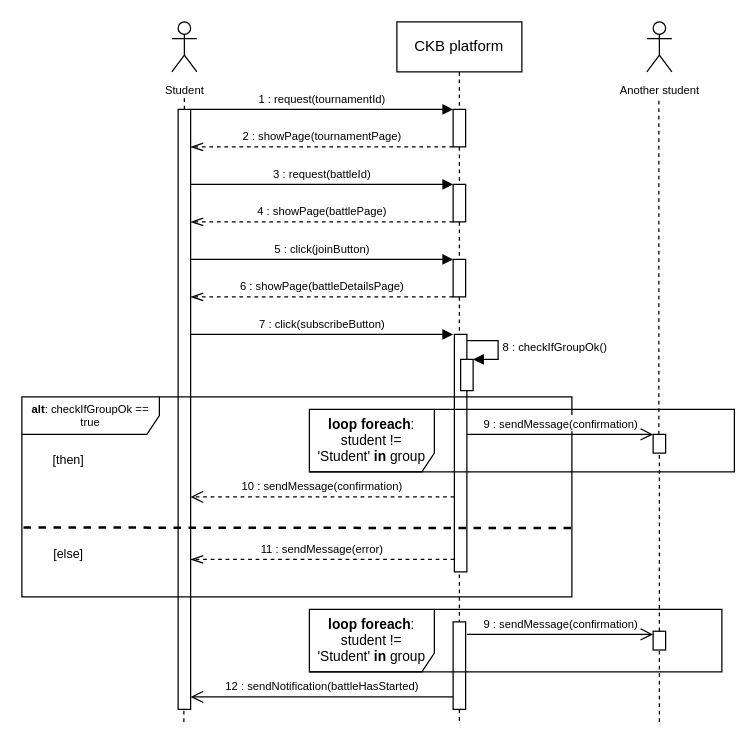
This is RASDwip/ExtraFiles/Drawio/Sequence/Sequence10.drawio from francescospangaro/SpangaroTosettiRiccardi, a draw.io file, before an edit. Source tidied: cells renumbered, new cells numbered last; positions are measured from the earlier drawing's top-left corner, leaving out a move shared by most shapes. Both pictures are drawn from the tidied source at 125%, with x=0, y=0 at pixel (21, 21).
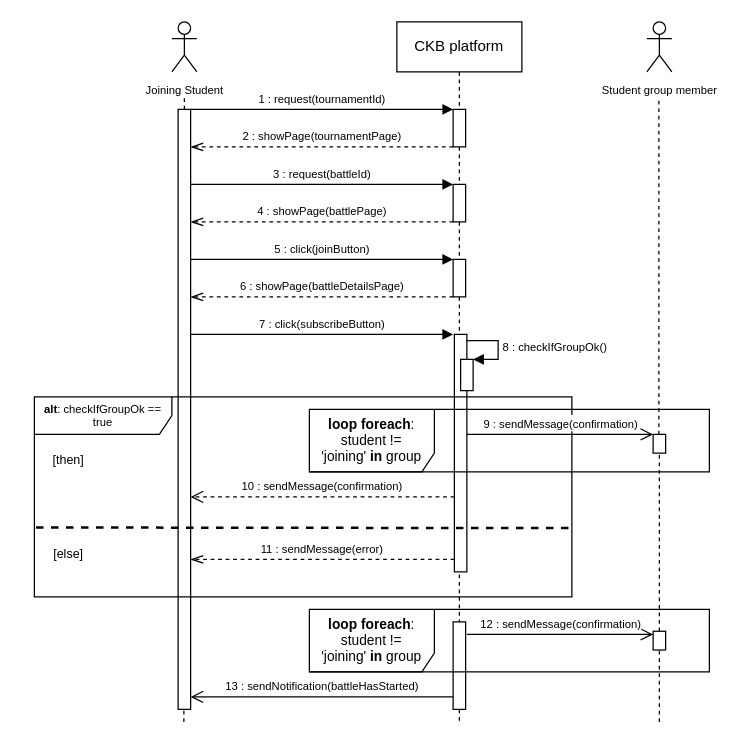
Above is the later version.

Unchanged cells that the change refers to:
```xml
<mxCell id="9" style="html=1;points=[];perimeter=orthogonalPerimeter;outlineConnect=0;targetShapes=umlLifeline;portConstraint=eastwest;newEdgeStyle={&quot;edgeStyle&quot;:&quot;elbowEdgeStyle&quot;,&quot;elbow&quot;:&quot;vertical&quot;,&quot;curved&quot;:0,&quot;rounded&quot;:0};" parent="2" vertex="1">
  <mxGeometry x="45" y="480" width="10" height="70" as="geometry" />
</mxCell>
<mxCell id="12" style="html=1;points=[];perimeter=orthogonalPerimeter;outlineConnect=0;targetShapes=umlLifeline;portConstraint=eastwest;newEdgeStyle={&quot;edgeStyle&quot;:&quot;elbowEdgeStyle&quot;,&quot;elbow&quot;:&quot;vertical&quot;,&quot;curved&quot;:0,&quot;rounded&quot;:0};" parent="1" vertex="1">
  <mxGeometry x="125" y="70" width="10" height="480" as="geometry" />
</mxCell>
```

The edit, as a diff of the source:
```diff
@@
-    <mxCell id="10" value="&lt;font style=&quot;font-size: 9px;&quot;&gt;Student&lt;/font&gt;" style="shape=umlActor;verticalLabelPosition=bottom;verticalAlign=top;html=1;" parent="1" vertex="1">
+    <mxCell id="10" value="&lt;font style=&quot;font-size: 9px;&quot;&gt;Joining Student&lt;/font&gt;" style="shape=umlActor;verticalLabelPosition=bottom;verticalAlign=top;html=1;" parent="1" vertex="1">
       <mxGeometry x="120" width="20" height="40" as="geometry" />
     </mxCell>
@@
     <mxCell id="17" value="&lt;p style=&quot;line-height: 120%; font-size: 9px;&quot;&gt;&lt;font style=&quot;font-size: 9px;&quot;&gt;&lt;b&gt;alt&lt;/b&gt;: checkIfGroupOk == true&lt;/font&gt;&lt;/p&gt;" style="shape=umlFrame;whiteSpace=wrap;html=1;width=110;height=30;verticalAlign=middle;horizontal=1;labelPosition=center;verticalLabelPosition=middle;align=center;" parent="1" vertex="1">
-      <mxGeometry y="300" width="440" height="160" as="geometry" />
+      <mxGeometry x="10" y="300" width="430" height="160" as="geometry" />
     </mxCell>
@@
-    <mxCell id="23" value="&lt;p style=&quot;line-height: 120%; font-size: 11px;&quot;&gt;&lt;b style=&quot;border-color: var(--border-color);&quot;&gt;loop foreach&lt;/b&gt;: student != 'Student'&amp;nbsp;&lt;b style=&quot;border-color: var(--border-color);&quot;&gt;in&amp;nbsp;&lt;/b&gt;&lt;span style=&quot;&quot;&gt;group&lt;/span&gt;&lt;br&gt;&lt;/p&gt;" style="shape=umlFrame;whiteSpace=wrap;html=1;width=100;height=50;verticalAlign=middle;horizontal=1;labelPosition=center;verticalLabelPosition=middle;align=center;" parent="1" vertex="1">
-      <mxGeometry x="230" y="310" width="340" height="50" as="geometry" />
+    <mxCell id="23" value="&lt;p style=&quot;line-height: 120%; font-size: 11px;&quot;&gt;&lt;b style=&quot;border-color: var(--border-color);&quot;&gt;loop foreach&lt;/b&gt;: student != 'joining'&amp;nbsp;&lt;b style=&quot;border-color: var(--border-color);&quot;&gt;in&amp;nbsp;&lt;/b&gt;&lt;span style=&quot;&quot;&gt;group&lt;/span&gt;&lt;br&gt;&lt;/p&gt;" style="shape=umlFrame;whiteSpace=wrap;html=1;width=100;height=50;verticalAlign=middle;horizontal=1;labelPosition=center;verticalLabelPosition=middle;align=center;" parent="1" vertex="1">
+      <mxGeometry x="230" y="310" width="320" height="50" as="geometry" />
     </mxCell>
@@
-    <mxCell id="25" value="&lt;p style=&quot;line-height: 120%; font-size: 11px;&quot;&gt;&lt;b style=&quot;border-color: var(--border-color);&quot;&gt;loop foreach&lt;/b&gt;: student != 'Student'&amp;nbsp;&lt;b style=&quot;border-color: var(--border-color);&quot;&gt;in&amp;nbsp;&lt;/b&gt;&lt;span style=&quot;&quot;&gt;group&lt;/span&gt;&lt;br&gt;&lt;/p&gt;" style="shape=umlFrame;whiteSpace=wrap;html=1;width=100;height=50;verticalAlign=middle;horizontal=1;labelPosition=center;verticalLabelPosition=middle;align=center;" parent="1" vertex="1">
-      <mxGeometry x="230" y="470" width="330" height="50" as="geometry" />
+    <mxCell id="25" value="&lt;p style=&quot;line-height: 120%; font-size: 11px;&quot;&gt;&lt;b style=&quot;border-color: var(--border-color);&quot;&gt;loop foreach&lt;/b&gt;: student != 'joining'&amp;nbsp;&lt;b style=&quot;border-color: var(--border-color);&quot;&gt;in&amp;nbsp;&lt;/b&gt;&lt;span style=&quot;&quot;&gt;group&lt;/span&gt;&lt;br&gt;&lt;/p&gt;" style="shape=umlFrame;whiteSpace=wrap;html=1;width=100;height=50;verticalAlign=middle;horizontal=1;labelPosition=center;verticalLabelPosition=middle;align=center;" parent="1" vertex="1">
+      <mxGeometry x="230" y="470" width="320" height="50" as="geometry" />
     </mxCell>
@@
-    <mxCell id="27" value="&lt;font style=&quot;font-size: 9px;&quot;&gt;Another student&lt;/font&gt;" style="shape=umlActor;verticalLabelPosition=bottom;verticalAlign=top;html=1;" parent="1" vertex="1">
+    <mxCell id="27" value="&lt;font style=&quot;font-size: 9px;&quot;&gt;Student group member&lt;/font&gt;" style="shape=umlActor;verticalLabelPosition=bottom;verticalAlign=top;html=1;" parent="1" vertex="1">
       <mxGeometry x="500" width="20" height="40" as="geometry" />
     </mxCell>
@@
-    <mxCell id="32" value="&lt;font style=&quot;font-size: 9px;&quot;&gt;9 : sendMessage(confirmation)&lt;/font&gt;" style="html=1;verticalAlign=bottom;endArrow=open;endSize=8;edgeStyle=elbowEdgeStyle;elbow=vertical;curved=0;rounded=0;endFill=0;" parent="1" edge="1">
+    <mxCell id="32" value="&lt;font style=&quot;font-size: 9px;&quot;&gt;12 : sendMessage(confirmation)&lt;/font&gt;" style="html=1;verticalAlign=bottom;endArrow=open;endSize=8;edgeStyle=elbowEdgeStyle;elbow=vertical;curved=0;rounded=0;endFill=0;" parent="1" edge="1">
       <mxGeometry relative="1" as="geometry">
         <mxPoint x="356" y="490" as="sourcePoint" />
         <mxPoint x="505" y="490" as="targetPoint" />
         <Array as="points">
           <mxPoint x="450" y="490" />
         </Array>
       </mxGeometry>
     </mxCell>
@@
-    <mxCell id="35" value="&lt;font style=&quot;font-size: 9px;&quot;&gt;12 : sendNotification(battleHasStarted)&lt;/font&gt;" style="html=1;verticalAlign=bottom;endArrow=open;endSize=8;edgeStyle=elbowEdgeStyle;elbow=vertical;curved=0;rounded=0;endFill=0;" parent="1" edge="1" source="9" target="12">
+    <mxCell id="35" value="&lt;font style=&quot;font-size: 9px;&quot;&gt;13 : sendNotification(battleHasStarted)&lt;/font&gt;" style="html=1;verticalAlign=bottom;endArrow=open;endSize=8;edgeStyle=elbowEdgeStyle;elbow=vertical;curved=0;rounded=0;endFill=0;" parent="1" edge="1" source="9" target="12">
       <mxGeometry relative="1" as="geometry">
         <Array as="points">
           <mxPoint x="250" y="540" />
         </Array>
       </mxGeometry>
     </mxCell>
```
